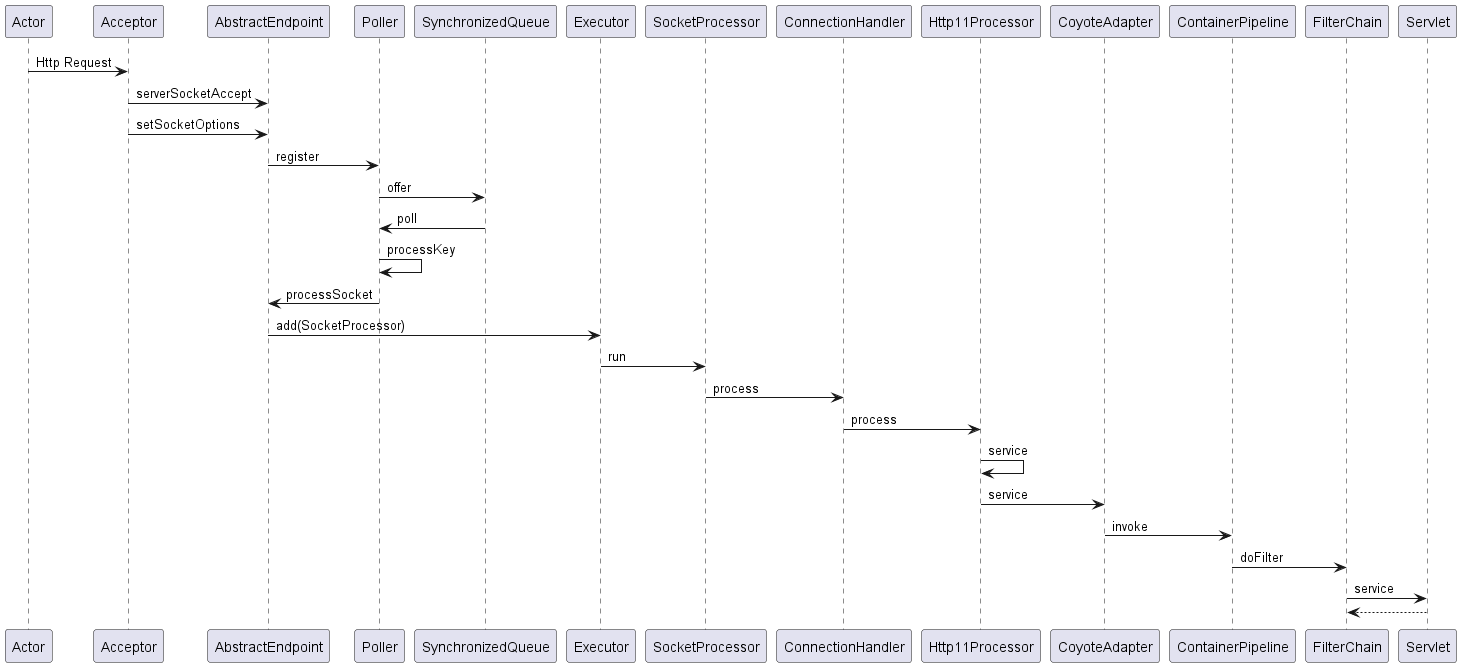
Earlier version of the PlantUML export images/2024-01-13-tomcat_source_code_reading_10/Acceptor_run.png (zouhuanli/zouhuanli.github.io). Its diagram source:
```plantuml
@startuml
participant Actor
Actor -> Acceptor:Http Request
Acceptor -> AbstractEndpoint : serverSocketAccept
Acceptor -> AbstractEndpoint : setSocketOptions
AbstractEndpoint ->Poller:register
Poller->SynchronizedQueue:offer
SynchronizedQueue->Poller:poll
Poller->Poller:processKey
Poller->AbstractEndpoint:processSocket
AbstractEndpoint->Executor:add(SocketProcessor)
Executor->SocketProcessor:run
SocketProcessor->ConnectionHandler:process
ConnectionHandler->Http11Processor:process
Http11Processor->Http11Processor:service
Http11Processor->CoyoteAdapter:service
CoyoteAdapter->ContainerPipeline:invoke
ContainerPipeline->FilterChain:doFilter
FilterChain->Servlet:service

return
@enduml
```
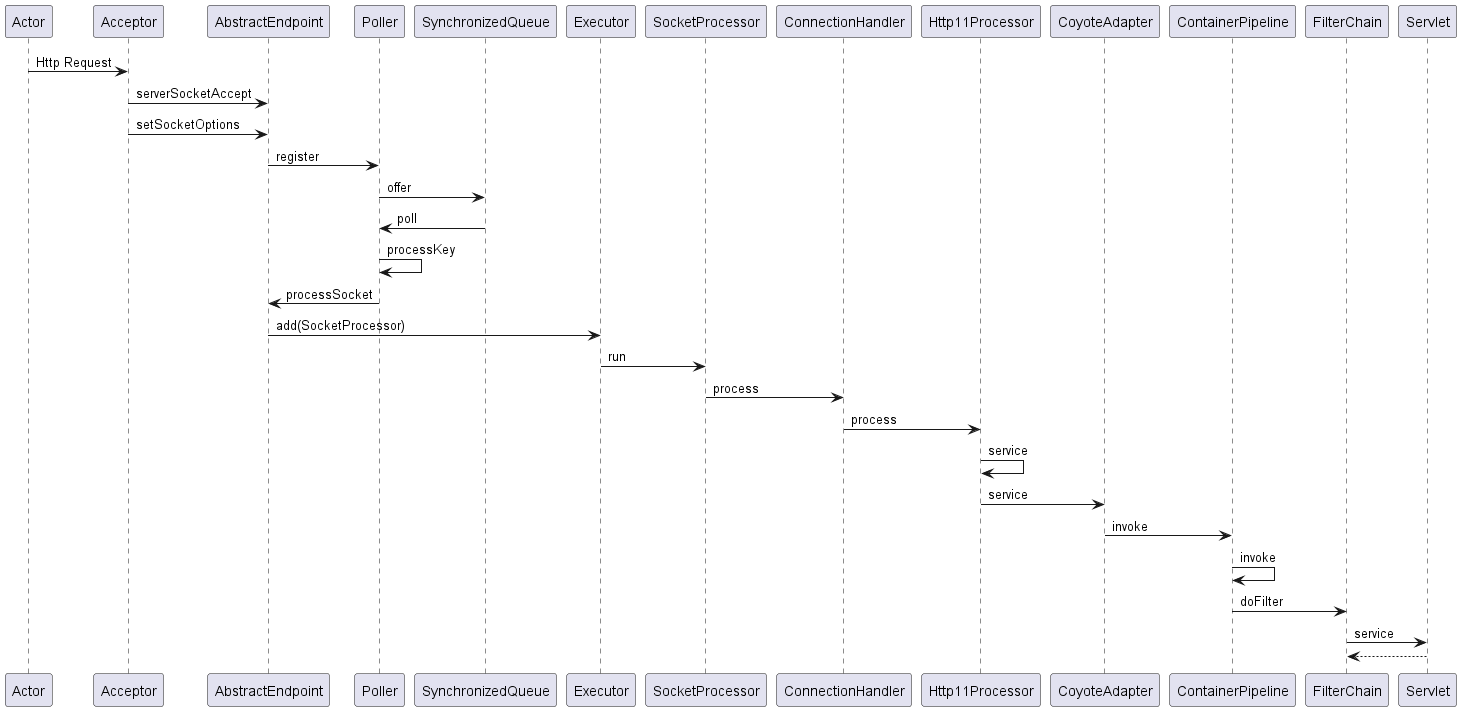
The same file after the commit.

Commit message:
Tomcat源码解读十:HTTP请求的处理过程

The edit, as a diff of the source:
```diff
@@ -15,6 +15,7 @@
 Http11Processor->Http11Processor:service
 Http11Processor->CoyoteAdapter:service
 CoyoteAdapter->ContainerPipeline:invoke
+ContainerPipeline->ContainerPipeline:invoke
 ContainerPipeline->FilterChain:doFilter
 FilterChain->Servlet:service
 
```
